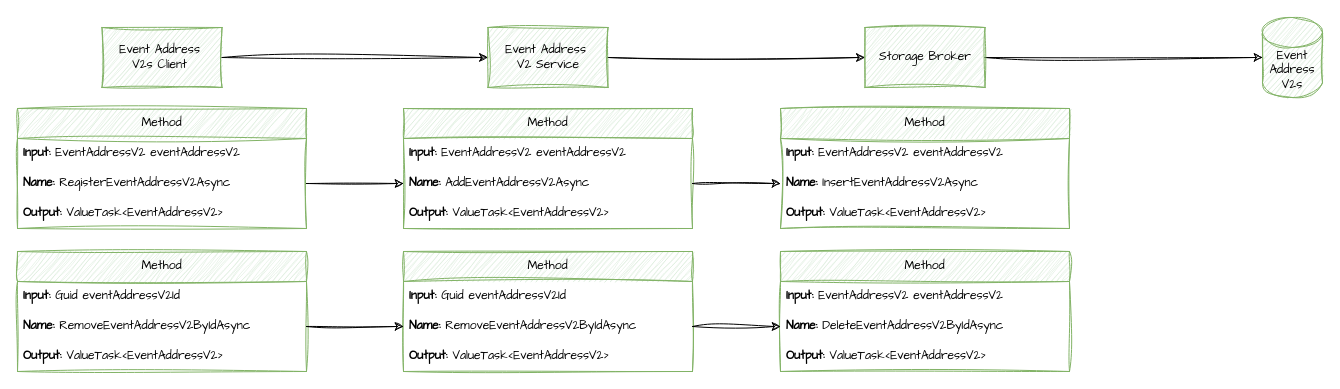
This is page "REGISTER AND REMOVE EVENT ADDRESS V2" (3 of 6) of EventHighway.Designs/EVENTS.drawio from The-Standard-Organization/EventHighway, a draw.io file, before an edit. Source tidied: cells renumbered, new cells numbered last; positions are measured from the earlier drawing's top-left corner, leaving out a move shared by most shapes. Both pictures are drawn from the tidied source at 100%, with x=0, y=0 at pixel (17, 17).
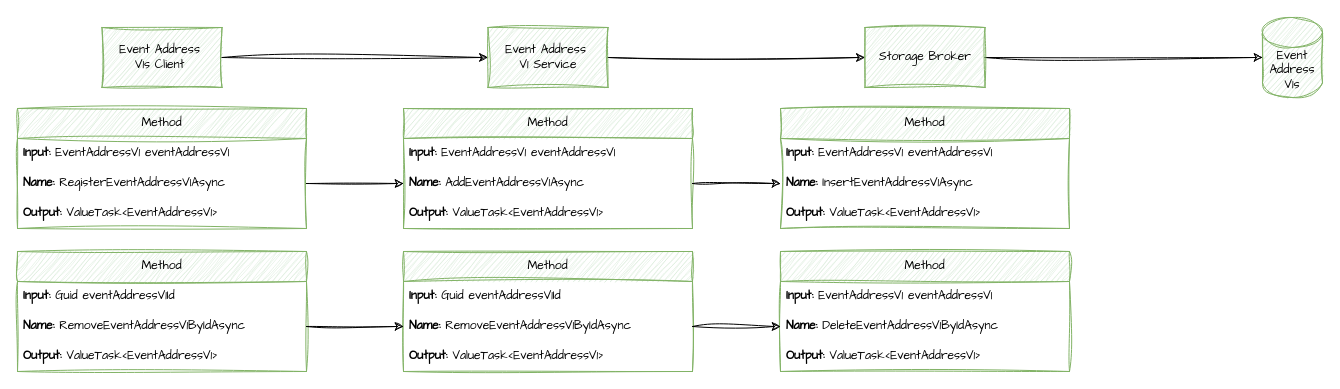
After the change.

The change refers to these unchanged cells:
```xml
<mxCell id="4" value="Method" style="swimlane;fontStyle=0;horizontal=1;startSize=30;whiteSpace=wrap;html=1;sketch=1;hachureGap=4;jiggle=2;curveFitting=1;fontFamily=Architects Daughter;fillColor=#d5e8d4;strokeColor=#82b366;" parent="1" vertex="1">
  <mxGeometry y="91" width="289" height="120" as="geometry" />
</mxCell>
<mxCell id="8" value="Method" style="swimlane;fontStyle=0;horizontal=1;startSize=30;whiteSpace=wrap;html=1;sketch=1;hachureGap=4;jiggle=2;curveFitting=1;fontFamily=Architects Daughter;fillColor=#d5e8d4;strokeColor=#82b366;" parent="1" vertex="1">
  <mxGeometry y="234" width="289" height="120" as="geometry" />
</mxCell>
<mxCell id="14" value="Method" style="swimlane;fontStyle=0;horizontal=1;startSize=30;whiteSpace=wrap;html=1;sketch=1;hachureGap=4;jiggle=2;curveFitting=1;fontFamily=Architects Daughter;fillColor=#d5e8d4;strokeColor=#82b366;" parent="1" vertex="1">
  <mxGeometry x="386" y="91" width="289" height="120" as="geometry" />
</mxCell>
<mxCell id="18" value="Method" style="swimlane;fontStyle=0;horizontal=1;startSize=30;whiteSpace=wrap;html=1;sketch=1;hachureGap=4;jiggle=2;curveFitting=1;fontFamily=Architects Daughter;fillColor=#d5e8d4;strokeColor=#82b366;" parent="1" vertex="1">
  <mxGeometry x="386" y="234" width="289" height="120" as="geometry" />
</mxCell>
<mxCell id="24" value="Method" style="swimlane;fontStyle=0;horizontal=1;startSize=30;whiteSpace=wrap;html=1;sketch=1;hachureGap=4;jiggle=2;curveFitting=1;fontFamily=Architects Daughter;fillColor=#d5e8d4;strokeColor=#82b366;" parent="1" vertex="1">
  <mxGeometry x="763" y="91" width="289" height="120" as="geometry" />
</mxCell>
<mxCell id="28" value="Method" style="swimlane;fontStyle=0;horizontal=1;startSize=30;whiteSpace=wrap;html=1;sketch=1;hachureGap=4;jiggle=2;curveFitting=1;fontFamily=Architects Daughter;fillColor=#d5e8d4;strokeColor=#82b366;" parent="1" vertex="1">
  <mxGeometry x="763" y="234" width="289" height="120" as="geometry" />
</mxCell>
```

Diff of the diagram source:
```diff
@@
-    <mxCell id="3" value="Event Address&amp;nbsp;&lt;div&gt;V2s&amp;nbsp;&lt;span style=&quot;background-color: transparent; color: light-dark(rgb(0, 0, 0), rgb(255, 255, 255));&quot;&gt;Client&amp;nbsp;&lt;/span&gt;&lt;/div&gt;" style="rounded=0;whiteSpace=wrap;html=1;sketch=1;hachureGap=4;jiggle=2;curveFitting=1;fontFamily=Architects Daughter;fillColor=#d5e8d4;strokeColor=#82b366;" parent="1" vertex="1">
+    <mxCell id="3" value="Event Address&amp;nbsp;&lt;div&gt;V1s&amp;nbsp;&lt;span style=&quot;background-color: transparent; color: light-dark(rgb(0, 0, 0), rgb(255, 255, 255));&quot;&gt;Client&amp;nbsp;&lt;/span&gt;&lt;/div&gt;" style="rounded=0;whiteSpace=wrap;html=1;sketch=1;hachureGap=4;jiggle=2;curveFitting=1;fontFamily=Architects Daughter;fillColor=#d5e8d4;strokeColor=#82b366;" parent="1" vertex="1">
       <mxGeometry x="84.5" y="10" width="120" height="60" as="geometry" />
     </mxCell>
@@
-    <mxCell id="5" value="&lt;b&gt;Input:&lt;/b&gt;&amp;nbsp;EventAddressV2 eventAddressV2" style="text;strokeColor=none;fillColor=none;align=left;verticalAlign=middle;spacingLeft=4;spacingRight=4;overflow=hidden;whiteSpace=wrap;html=1;fontFamily=Architects Daughter;" parent="4" vertex="1">
+    <mxCell id="5" value="&lt;b&gt;Input:&lt;/b&gt;&amp;nbsp;EventAddressV1 eventAddressV1" style="text;strokeColor=none;fillColor=none;align=left;verticalAlign=middle;spacingLeft=4;spacingRight=4;overflow=hidden;whiteSpace=wrap;html=1;fontFamily=Architects Daughter;" parent="4" vertex="1">
       <mxGeometry y="30" width="289" height="30" as="geometry" />
     </mxCell>
-    <mxCell id="6" value="&lt;b&gt;Name:&lt;/b&gt;&amp;nbsp;RegisterEventAddressV2Async" style="text;strokeColor=none;fillColor=none;align=left;verticalAlign=middle;spacingLeft=4;spacingRight=4;overflow=hidden;points=[[0,0.5],[1,0.5]];portConstraint=eastwest;whiteSpace=wrap;html=1;fontFamily=Architects Daughter;" parent="4" vertex="1">
+    <mxCell id="6" value="&lt;b&gt;Name:&lt;/b&gt;&amp;nbsp;RegisterEventAddressV1Async" style="text;strokeColor=none;fillColor=none;align=left;verticalAlign=middle;spacingLeft=4;spacingRight=4;overflow=hidden;points=[[0,0.5],[1,0.5]];portConstraint=eastwest;whiteSpace=wrap;html=1;fontFamily=Architects Daughter;" parent="4" vertex="1">
       <mxGeometry y="60" width="289" height="30" as="geometry" />
     </mxCell>
-    <mxCell id="7" value="&lt;b&gt;Output:&lt;/b&gt;&amp;nbsp;ValueTask&amp;lt;EventAddressV2&amp;gt;" style="text;strokeColor=none;fillColor=none;align=left;verticalAlign=middle;spacingLeft=4;spacingRight=4;overflow=hidden;whiteSpace=wrap;html=1;fontFamily=Architects Daughter;" parent="4" vertex="1">
+    <mxCell id="7" value="&lt;b&gt;Output:&lt;/b&gt;&amp;nbsp;ValueTask&amp;lt;EventAddressV1&amp;gt;" style="text;strokeColor=none;fillColor=none;align=left;verticalAlign=middle;spacingLeft=4;spacingRight=4;overflow=hidden;whiteSpace=wrap;html=1;fontFamily=Architects Daughter;" parent="4" vertex="1">
       <mxGeometry y="90" width="289" height="30" as="geometry" />
     </mxCell>
@@
-    <mxCell id="9" value="&lt;b&gt;Input:&lt;/b&gt;&amp;nbsp;Guid eventAddressV2Id" style="text;strokeColor=none;fillColor=none;align=left;verticalAlign=middle;spacingLeft=4;spacingRight=4;overflow=hidden;whiteSpace=wrap;html=1;fontFamily=Architects Daughter;" parent="8" vertex="1">
+    <mxCell id="9" value="&lt;b&gt;Input:&lt;/b&gt;&amp;nbsp;Guid eventAddressV1Id" style="text;strokeColor=none;fillColor=none;align=left;verticalAlign=middle;spacingLeft=4;spacingRight=4;overflow=hidden;whiteSpace=wrap;html=1;fontFamily=Architects Daughter;" parent="8" vertex="1">
       <mxGeometry y="30" width="289" height="30" as="geometry" />
     </mxCell>
-    <mxCell id="10" value="&lt;b&gt;Name:&lt;/b&gt;&amp;nbsp;RemoveEventAddressV2ByIdAsync" style="text;strokeColor=none;fillColor=none;align=left;verticalAlign=middle;spacingLeft=4;spacingRight=4;overflow=hidden;points=[[0,0.5],[1,0.5]];portConstraint=eastwest;whiteSpace=wrap;html=1;fontFamily=Architects Daughter;" parent="8" vertex="1">
+    <mxCell id="10" value="&lt;b&gt;Name:&lt;/b&gt;&amp;nbsp;RemoveEventAddressV1ByIdAsync" style="text;strokeColor=none;fillColor=none;align=left;verticalAlign=middle;spacingLeft=4;spacingRight=4;overflow=hidden;points=[[0,0.5],[1,0.5]];portConstraint=eastwest;whiteSpace=wrap;html=1;fontFamily=Architects Daughter;" parent="8" vertex="1">
       <mxGeometry y="60" width="289" height="30" as="geometry" />
     </mxCell>
-    <mxCell id="11" value="&lt;b&gt;Output:&lt;/b&gt;&amp;nbsp;ValueTask&amp;lt;EventAddressV2&amp;gt;" style="text;strokeColor=none;fillColor=none;align=left;verticalAlign=middle;spacingLeft=4;spacingRight=4;overflow=hidden;whiteSpace=wrap;html=1;fontFamily=Architects Daughter;" parent="8" vertex="1">
+    <mxCell id="11" value="&lt;b&gt;Output:&lt;/b&gt;&amp;nbsp;ValueTask&amp;lt;EventAddressV1&amp;gt;" style="text;strokeColor=none;fillColor=none;align=left;verticalAlign=middle;spacingLeft=4;spacingRight=4;overflow=hidden;whiteSpace=wrap;html=1;fontFamily=Architects Daughter;" parent="8" vertex="1">
       <mxGeometry y="90" width="289" height="30" as="geometry" />
     </mxCell>
@@
-    <mxCell id="13" value="Event Address&amp;nbsp;&lt;div&gt;V2 Service&lt;/div&gt;" style="rounded=0;whiteSpace=wrap;html=1;sketch=1;hachureGap=4;jiggle=2;curveFitting=1;fontFamily=Architects Daughter;fillColor=#d5e8d4;strokeColor=#82b366;" parent="1" vertex="1">
+    <mxCell id="13" value="Event Address&amp;nbsp;&lt;div&gt;V1 Service&lt;/div&gt;" style="rounded=0;whiteSpace=wrap;html=1;sketch=1;hachureGap=4;jiggle=2;curveFitting=1;fontFamily=Architects Daughter;fillColor=#d5e8d4;strokeColor=#82b366;" parent="1" vertex="1">
       <mxGeometry x="470.5" y="10" width="120" height="60" as="geometry" />
     </mxCell>
@@
-    <mxCell id="15" value="&lt;b&gt;Input:&lt;/b&gt;&amp;nbsp;EventAddressV2 eventAddressV2" style="text;strokeColor=none;fillColor=none;align=left;verticalAlign=middle;spacingLeft=4;spacingRight=4;overflow=hidden;whiteSpace=wrap;html=1;fontFamily=Architects Daughter;" parent="14" vertex="1">
+    <mxCell id="15" value="&lt;b&gt;Input:&lt;/b&gt;&amp;nbsp;EventAddressV1 eventAddressV1" style="text;strokeColor=none;fillColor=none;align=left;verticalAlign=middle;spacingLeft=4;spacingRight=4;overflow=hidden;whiteSpace=wrap;html=1;fontFamily=Architects Daughter;" parent="14" vertex="1">
       <mxGeometry y="30" width="289" height="30" as="geometry" />
     </mxCell>
-    <mxCell id="16" value="&lt;b&gt;Name:&lt;/b&gt;&amp;nbsp;AddEventAddressV2Async" style="text;strokeColor=none;fillColor=none;align=left;verticalAlign=middle;spacingLeft=4;spacingRight=4;overflow=hidden;points=[[0,0.5],[1,0.5]];portConstraint=eastwest;whiteSpace=wrap;html=1;fontFamily=Architects Daughter;" parent="14" vertex="1">
+    <mxCell id="16" value="&lt;b&gt;Name:&lt;/b&gt;&amp;nbsp;AddEventAddressV1Async" style="text;strokeColor=none;fillColor=none;align=left;verticalAlign=middle;spacingLeft=4;spacingRight=4;overflow=hidden;points=[[0,0.5],[1,0.5]];portConstraint=eastwest;whiteSpace=wrap;html=1;fontFamily=Architects Daughter;" parent="14" vertex="1">
       <mxGeometry y="60" width="289" height="30" as="geometry" />
     </mxCell>
-    <mxCell id="17" value="&lt;b&gt;Output:&lt;/b&gt;&amp;nbsp;ValueTask&amp;lt;EventAddressV2&amp;gt;" style="text;strokeColor=none;fillColor=none;align=left;verticalAlign=middle;spacingLeft=4;spacingRight=4;overflow=hidden;whiteSpace=wrap;html=1;fontFamily=Architects Daughter;" parent="14" vertex="1">
+    <mxCell id="17" value="&lt;b&gt;Output:&lt;/b&gt;&amp;nbsp;ValueTask&amp;lt;EventAddressV1&amp;gt;" style="text;strokeColor=none;fillColor=none;align=left;verticalAlign=middle;spacingLeft=4;spacingRight=4;overflow=hidden;whiteSpace=wrap;html=1;fontFamily=Architects Daughter;" parent="14" vertex="1">
       <mxGeometry y="90" width="289" height="30" as="geometry" />
     </mxCell>
@@
-    <mxCell id="19" value="&lt;b&gt;Input:&lt;/b&gt;&amp;nbsp;Guid eventAddressV2Id" style="text;strokeColor=none;fillColor=none;align=left;verticalAlign=middle;spacingLeft=4;spacingRight=4;overflow=hidden;whiteSpace=wrap;html=1;fontFamily=Architects Daughter;" parent="18" vertex="1">
+    <mxCell id="19" value="&lt;b&gt;Input:&lt;/b&gt;&amp;nbsp;Guid eventAddressV1Id" style="text;strokeColor=none;fillColor=none;align=left;verticalAlign=middle;spacingLeft=4;spacingRight=4;overflow=hidden;whiteSpace=wrap;html=1;fontFamily=Architects Daughter;" parent="18" vertex="1">
       <mxGeometry y="30" width="289" height="30" as="geometry" />
     </mxCell>
-    <mxCell id="20" value="&lt;b&gt;Name:&lt;/b&gt;&amp;nbsp;RemoveEventAddressV2ByIdAsync" style="text;strokeColor=none;fillColor=none;align=left;verticalAlign=middle;spacingLeft=4;spacingRight=4;overflow=hidden;points=[[0,0.5],[1,0.5]];portConstraint=eastwest;whiteSpace=wrap;html=1;fontFamily=Architects Daughter;" parent="18" vertex="1">
+    <mxCell id="20" value="&lt;b&gt;Name:&lt;/b&gt;&amp;nbsp;RemoveEventAddressV1ByIdAsync" style="text;strokeColor=none;fillColor=none;align=left;verticalAlign=middle;spacingLeft=4;spacingRight=4;overflow=hidden;points=[[0,0.5],[1,0.5]];portConstraint=eastwest;whiteSpace=wrap;html=1;fontFamily=Architects Daughter;" parent="18" vertex="1">
       <mxGeometry y="60" width="289" height="30" as="geometry" />
     </mxCell>
-    <mxCell id="21" value="&lt;b&gt;Output:&lt;/b&gt;&amp;nbsp;ValueTask&amp;lt;EventAddressV2&amp;gt;" style="text;strokeColor=none;fillColor=none;align=left;verticalAlign=middle;spacingLeft=4;spacingRight=4;overflow=hidden;whiteSpace=wrap;html=1;fontFamily=Architects Daughter;" parent="18" vertex="1">
+    <mxCell id="21" value="&lt;b&gt;Output:&lt;/b&gt;&amp;nbsp;ValueTask&amp;lt;EventAddressV1&amp;gt;" style="text;strokeColor=none;fillColor=none;align=left;verticalAlign=middle;spacingLeft=4;spacingRight=4;overflow=hidden;whiteSpace=wrap;html=1;fontFamily=Architects Daughter;" parent="18" vertex="1">
       <mxGeometry y="90" width="289" height="30" as="geometry" />
     </mxCell>
@@
-    <mxCell id="25" value="&lt;b&gt;Input:&lt;/b&gt;&amp;nbsp;EventAddressV2 eventAddressV2" style="text;strokeColor=none;fillColor=none;align=left;verticalAlign=middle;spacingLeft=4;spacingRight=4;overflow=hidden;whiteSpace=wrap;html=1;fontFamily=Architects Daughter;" parent="24" vertex="1">
+    <mxCell id="25" value="&lt;b&gt;Input:&lt;/b&gt;&amp;nbsp;EventAddressV1 eventAddressV1" style="text;strokeColor=none;fillColor=none;align=left;verticalAlign=middle;spacingLeft=4;spacingRight=4;overflow=hidden;whiteSpace=wrap;html=1;fontFamily=Architects Daughter;" parent="24" vertex="1">
       <mxGeometry y="30" width="289" height="30" as="geometry" />
     </mxCell>
-    <mxCell id="26" value="&lt;b&gt;Name:&lt;/b&gt;&amp;nbsp;InsertEventAddressV2Async" style="text;strokeColor=none;fillColor=none;align=left;verticalAlign=middle;spacingLeft=4;spacingRight=4;overflow=hidden;points=[[0,0.5],[1,0.5]];portConstraint=eastwest;whiteSpace=wrap;html=1;fontFamily=Architects Daughter;" parent="24" vertex="1">
+    <mxCell id="26" value="&lt;b&gt;Name:&lt;/b&gt;&amp;nbsp;InsertEventAddressV1Async" style="text;strokeColor=none;fillColor=none;align=left;verticalAlign=middle;spacingLeft=4;spacingRight=4;overflow=hidden;points=[[0,0.5],[1,0.5]];portConstraint=eastwest;whiteSpace=wrap;html=1;fontFamily=Architects Daughter;" parent="24" vertex="1">
       <mxGeometry y="60" width="289" height="30" as="geometry" />
     </mxCell>
-    <mxCell id="27" value="&lt;b&gt;Output:&lt;/b&gt;&amp;nbsp;ValueTask&amp;lt;EventAddressV2&amp;gt;" style="text;strokeColor=none;fillColor=none;align=left;verticalAlign=middle;spacingLeft=4;spacingRight=4;overflow=hidden;whiteSpace=wrap;html=1;fontFamily=Architects Daughter;" parent="24" vertex="1">
+    <mxCell id="27" value="&lt;b&gt;Output:&lt;/b&gt;&amp;nbsp;ValueTask&amp;lt;EventAddressV1&amp;gt;" style="text;strokeColor=none;fillColor=none;align=left;verticalAlign=middle;spacingLeft=4;spacingRight=4;overflow=hidden;whiteSpace=wrap;html=1;fontFamily=Architects Daughter;" parent="24" vertex="1">
       <mxGeometry y="90" width="289" height="30" as="geometry" />
     </mxCell>
@@
-    <mxCell id="29" value="&lt;b&gt;Input:&lt;/b&gt;&amp;nbsp;EventAddressV2&amp;nbsp;eventAddressV2" style="text;strokeColor=none;fillColor=none;align=left;verticalAlign=middle;spacingLeft=4;spacingRight=4;overflow=hidden;whiteSpace=wrap;html=1;fontFamily=Architects Daughter;" parent="28" vertex="1">
+    <mxCell id="29" value="&lt;b&gt;Input:&lt;/b&gt;&amp;nbsp;EventAddressV1&amp;nbsp;eventAddressV1" style="text;strokeColor=none;fillColor=none;align=left;verticalAlign=middle;spacingLeft=4;spacingRight=4;overflow=hidden;whiteSpace=wrap;html=1;fontFamily=Architects Daughter;" parent="28" vertex="1">
       <mxGeometry y="30" width="289" height="30" as="geometry" />
     </mxCell>
-    <mxCell id="30" value="&lt;b&gt;Name:&lt;/b&gt;&amp;nbsp;DeleteEventAddressV2ByIdAsync" style="text;strokeColor=none;fillColor=none;align=left;verticalAlign=middle;spacingLeft=4;spacingRight=4;overflow=hidden;points=[[0,0.5],[1,0.5]];portConstraint=eastwest;whiteSpace=wrap;html=1;fontFamily=Architects Daughter;" parent="28" vertex="1">
+    <mxCell id="30" value="&lt;b&gt;Name:&lt;/b&gt;&amp;nbsp;DeleteEventAddressV1ByIdAsync" style="text;strokeColor=none;fillColor=none;align=left;verticalAlign=middle;spacingLeft=4;spacingRight=4;overflow=hidden;points=[[0,0.5],[1,0.5]];portConstraint=eastwest;whiteSpace=wrap;html=1;fontFamily=Architects Daughter;" parent="28" vertex="1">
       <mxGeometry y="60" width="289" height="30" as="geometry" />
     </mxCell>
-    <mxCell id="31" value="&lt;b&gt;Output:&lt;/b&gt;&amp;nbsp;ValueTask&amp;lt;EventAddressV2&amp;gt;" style="text;strokeColor=none;fillColor=none;align=left;verticalAlign=middle;spacingLeft=4;spacingRight=4;overflow=hidden;whiteSpace=wrap;html=1;fontFamily=Architects Daughter;" parent="28" vertex="1">
+    <mxCell id="31" value="&lt;b&gt;Output:&lt;/b&gt;&amp;nbsp;ValueTask&amp;lt;EventAddressV1&amp;gt;" style="text;strokeColor=none;fillColor=none;align=left;verticalAlign=middle;spacingLeft=4;spacingRight=4;overflow=hidden;whiteSpace=wrap;html=1;fontFamily=Architects Daughter;" parent="28" vertex="1">
       <mxGeometry y="90" width="289" height="30" as="geometry" />
     </mxCell>
@@
-    <mxCell id="36" value="Event&lt;div&gt;Address&lt;/div&gt;&lt;div&gt;V2s&lt;/div&gt;" style="shape=cylinder3;whiteSpace=wrap;html=1;boundedLbl=1;backgroundOutline=1;size=15;sketch=1;hachureGap=4;jiggle=2;curveFitting=1;fontFamily=Architects Daughter;fillColor=#d5e8d4;strokeColor=#82b366;" parent="1" vertex="1">
+    <mxCell id="36" value="Event&lt;div&gt;Address&lt;/div&gt;&lt;div&gt;V1s&lt;/div&gt;" style="shape=cylinder3;whiteSpace=wrap;html=1;boundedLbl=1;backgroundOutline=1;size=15;sketch=1;hachureGap=4;jiggle=2;curveFitting=1;fontFamily=Architects Daughter;fillColor=#d5e8d4;strokeColor=#82b366;" parent="1" vertex="1">
       <mxGeometry x="1245" width="60" height="80" as="geometry" />
     </mxCell>
```
